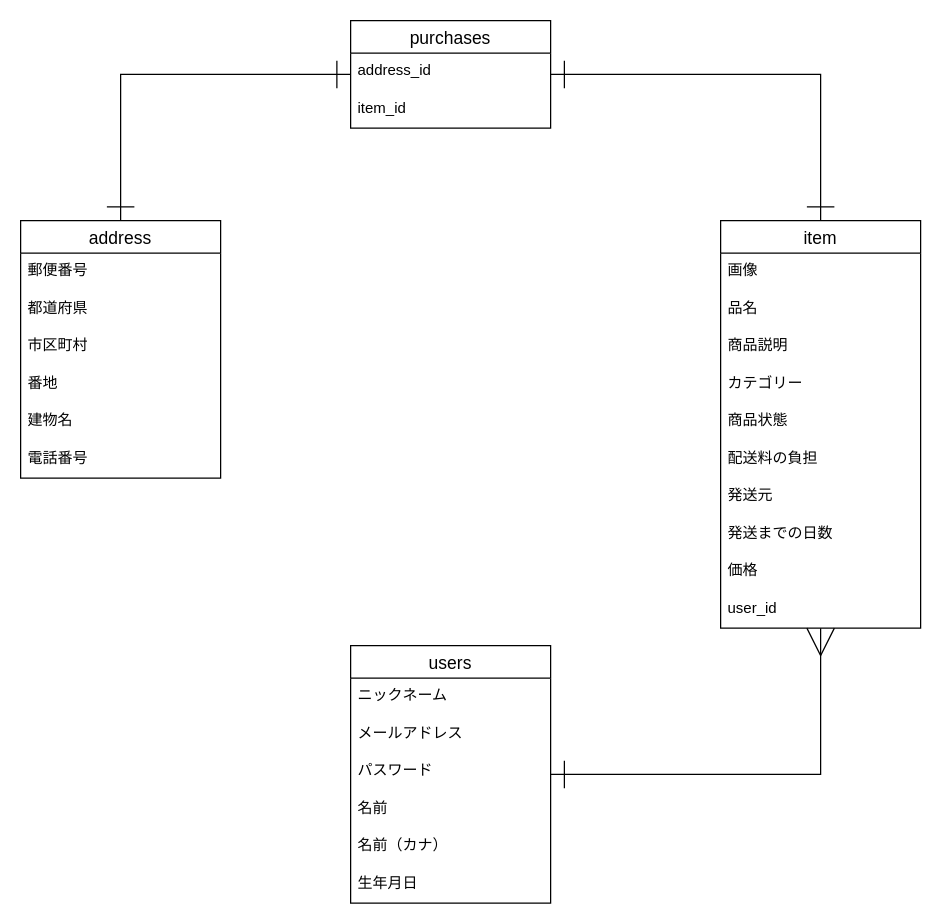
This is ER.dio from kawamatatakuya/furima-34881, a draw.io file, before an edit. Source tidied: cells renumbered, new cells numbered last; positions are measured from the earlier drawing's top-left corner, leaving out a move shared by most shapes. Both pictures are drawn from the tidied source at 125%, with x=0, y=0 at pixel (20, 20).
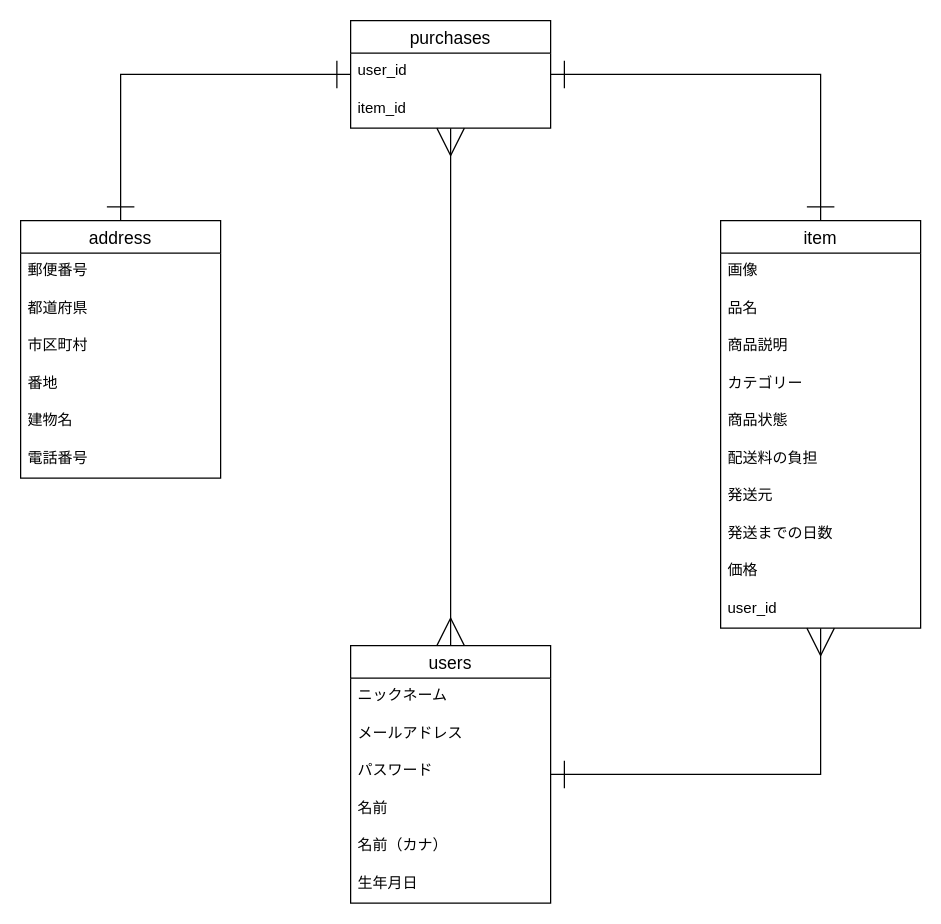
The same diagram, later.

Commit message (it also covers changes not shown here):
データーベース設計修正

The change refers to these unchanged cells:
```xml
<mxCell id="15" value="users" style="swimlane;fontStyle=0;horizontal=1;startSize=26;align=center;fontSize=14;" parent="1" vertex="1">
  <mxGeometry x="264" y="500" width="160" height="206" as="geometry" />
</mxCell>
<mxCell id="22" value="purchases" style="swimlane;fontStyle=0;horizontal=1;startSize=26;align=center;fontSize=14;" parent="1" vertex="1">
  <mxGeometry x="264" width="160" height="86" as="geometry" />
</mxCell>
```

Diff of the diagram source:
```diff
@@
+    <mxCell id="33" style="edgeStyle=orthogonalEdgeStyle;rounded=0;jettySize=auto;html=1;entryX=0.5;entryY=0;entryDx=0;entryDy=0;startArrow=ERmany;startFill=0;startSize=20;endArrow=ERmany;endFill=0;endSize=20;strokeWidth=1;" parent="1" edge="1" source="22" target="15">
+      <mxGeometry relative="1" as="geometry" />
+    </mxCell>
@@
-    <mxCell id="23" value="address_id" style="text;strokeColor=none;fillColor=none;spacingLeft=4;spacingRight=4;overflow=hidden;fontSize=12;" parent="22" vertex="1">
+    <mxCell id="23" value="user_id" style="text;strokeColor=none;fillColor=none;spacingLeft=4;spacingRight=4;overflow=hidden;fontSize=12;" parent="22" vertex="1">
       <mxGeometry y="26" width="160" height="30" as="geometry" />
     </mxCell>
```
